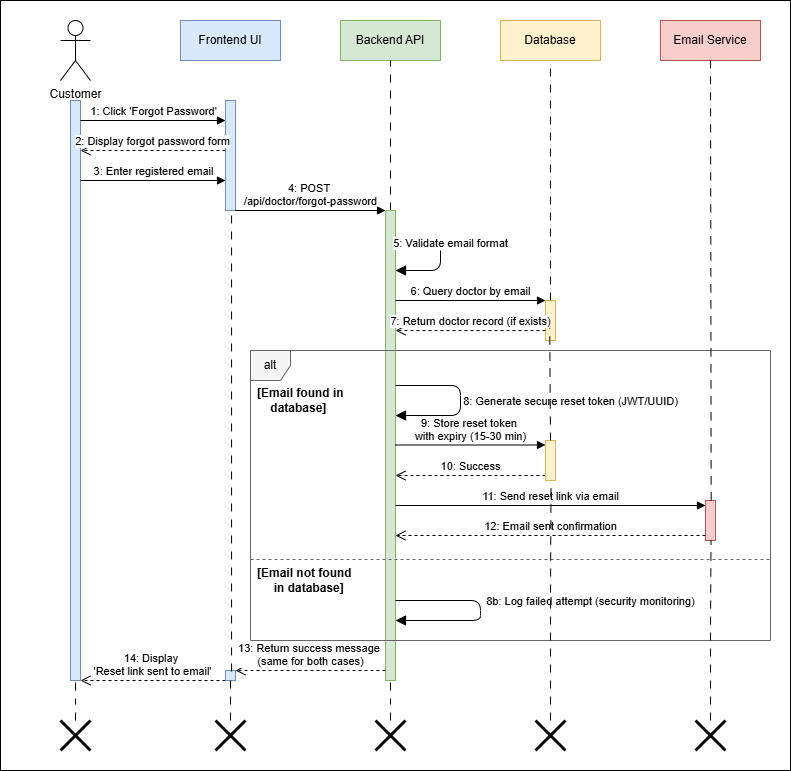
Before: InProgress/Sequence Diagram/Admin/forgot password/Forgot-Password-Diagram.png, a diagram exported from draw.io (shah541-g/Fyp-Diagrams). Source tidied: cells renumbered, new cells last; positions are measured from the earlier drawing's top-left corner, leaving out a move shared by most shapes. Source of this version:
```xml
<mxGraphModel>
  <root>
    <mxCell id="0" />
    <mxCell id="1" parent="0" />
    <mxCell id="2" style="rounded=0;whiteSpace=wrap;html=1;" parent="1" vertex="1">
      <mxGeometry width="790" height="770" as="geometry" />
    </mxCell>
    <mxCell id="3" value="Customer" style="shape=umlActor;verticalLabelPosition=bottom;verticalAlign=top;html=1;" parent="1" vertex="1">
      <mxGeometry x="60" y="20" width="30" height="60" as="geometry" />
    </mxCell>
    <mxCell id="4" style="html=1;perimeter=orthogonalPerimeter;fillColor=#dae8fc;strokeColor=#6c8ebf;" parent="1" vertex="1">
      <mxGeometry x="70" y="100" width="10" height="580" as="geometry" />
    </mxCell>
    <mxCell id="5" value="Frontend UI" style="rounded=0;whiteSpace=wrap;html=1;fillColor=#dae8fc;strokeColor=#6c8ebf;" parent="1" vertex="1">
      <mxGeometry x="180" y="20" width="100" height="40" as="geometry" />
    </mxCell>
    <mxCell id="6" style="html=1;points=[];perimeter=orthogonalPerimeter;fillColor=#dae8fc;strokeColor=#6c8ebf;" parent="1" vertex="1">
      <mxGeometry x="225" y="100" width="10" height="110" as="geometry" />
    </mxCell>
    <mxCell id="7" value="Backend API" style="rounded=0;whiteSpace=wrap;html=1;fillColor=#d5e8d4;strokeColor=#82b366;" parent="1" vertex="1">
      <mxGeometry x="340" y="20" width="100" height="40" as="geometry" />
    </mxCell>
    <mxCell id="8" style="edgeStyle=orthogonalEdgeStyle;rounded=0;jettySize=auto;html=1;entryX=0.5;entryY=1;entryDx=0;entryDy=0;endArrow=none;endFill=0;dashed=1;dashPattern=8 8;" parent="1" edge="1" source="9" target="7">
      <mxGeometry relative="1" as="geometry" />
    </mxCell>
    <mxCell id="9" style="html=1;points=[];perimeter=orthogonalPerimeter;fillColor=#d5e8d4;strokeColor=#82b366;" parent="1" vertex="1">
      <mxGeometry x="385" y="210" width="10" height="470" as="geometry" />
    </mxCell>
    <mxCell id="10" value="Database" style="rounded=0;whiteSpace=wrap;html=1;fillColor=#fff2cc;strokeColor=#d6b656;" parent="1" vertex="1">
      <mxGeometry x="500" y="20" width="100" height="40" as="geometry" />
    </mxCell>
    <mxCell id="11" style="html=1;points=[];perimeter=orthogonalPerimeter;fillColor=#fff2cc;strokeColor=#d6b656;" parent="1" vertex="1">
      <mxGeometry x="545" y="300" width="10" height="40" as="geometry" />
    </mxCell>
    <mxCell id="12" value="Email Service" style="rounded=0;whiteSpace=wrap;html=1;fillColor=#f8cecc;strokeColor=#b85450;" parent="1" vertex="1">
      <mxGeometry x="660" y="20" width="100" height="40" as="geometry" />
    </mxCell>
    <mxCell id="13" style="html=1;points=[];perimeter=orthogonalPerimeter;fillColor=#f8cecc;strokeColor=#b85450;" parent="1" vertex="1">
      <mxGeometry x="705" y="500" width="10" height="40" as="geometry" />
    </mxCell>
    <mxCell id="14" value="1: Click 'Forgot Password'" style="html=1;verticalAlign=bottom;endArrow=block;entryX=0;entryY=0;" parent="1" edge="1">
      <mxGeometry relative="1" as="geometry">
        <mxPoint x="80" y="120" as="sourcePoint" />
        <mxPoint x="225" y="120" as="targetPoint" />
      </mxGeometry>
    </mxCell>
    <mxCell id="15" value="2: Display forgot password form" style="html=1;verticalAlign=bottom;endArrow=open;dashed=1;endSize=8;exitX=0;exitY=0.95;" parent="1" edge="1">
      <mxGeometry relative="1" as="geometry">
        <mxPoint x="225" y="150" as="sourcePoint" />
        <mxPoint x="80" y="150" as="targetPoint" />
      </mxGeometry>
    </mxCell>
    <mxCell id="16" value="3: Enter registered email" style="html=1;verticalAlign=bottom;endArrow=block;" parent="1" edge="1">
      <mxGeometry relative="1" as="geometry">
        <mxPoint x="80" y="180" as="sourcePoint" />
        <mxPoint x="225" y="180" as="targetPoint" />
      </mxGeometry>
    </mxCell>
    <mxCell id="17" value="4: POST&amp;nbsp;&lt;div&gt;/api/doctor/forgot-password&lt;/div&gt;" style="html=1;verticalAlign=bottom;endArrow=block;" parent="1" edge="1">
      <mxGeometry relative="1" as="geometry">
        <mxPoint x="235" y="210" as="sourcePoint" />
        <mxPoint x="385" y="210" as="targetPoint" />
      </mxGeometry>
    </mxCell>
    <mxCell id="18" value="5: Validate email format" style="html=1;verticalAlign=bottom;endArrow=block;endSize=8;exitX=1;exitY=0;entryX=1;entryY=0.3;" parent="1" edge="1">
      <mxGeometry x="-0.05" y="10" relative="1" as="geometry">
        <mxPoint x="395" y="240" as="sourcePoint" />
        <mxPoint x="395" y="270" as="targetPoint" />
        <Array as="points">
          <mxPoint x="440" y="240" />
          <mxPoint x="440" y="270" />
        </Array>
      </mxGeometry>
    </mxCell>
    <mxCell id="19" value="6: Query doctor by email" style="html=1;verticalAlign=bottom;endArrow=block;" parent="1" edge="1">
      <mxGeometry relative="1" as="geometry">
        <mxPoint x="395" y="300" as="sourcePoint" />
        <mxPoint x="545" y="300" as="targetPoint" />
      </mxGeometry>
    </mxCell>
    <mxCell id="20" value="7: Return doctor record (if exists)" style="html=1;verticalAlign=bottom;endArrow=open;dashed=1;endSize=8;" parent="1" edge="1">
      <mxGeometry relative="1" as="geometry">
        <mxPoint x="545" y="330" as="sourcePoint" />
        <mxPoint x="395" y="330" as="targetPoint" />
      </mxGeometry>
    </mxCell>
    <mxCell id="21" value="alt" style="shape=umlFrame;whiteSpace=wrap;html=1;fillColor=#f5f5f5;strokeColor=#666666;width=40;height=30;" parent="1" vertex="1">
      <mxGeometry x="250" y="350" width="520" height="290" as="geometry" />
    </mxCell>
    <mxCell id="22" value="[Email found in&amp;nbsp;&lt;div&gt;&amp;nbsp; &amp;nbsp; database]&lt;/div&gt;" style="text;html=1;strokeColor=none;fillColor=none;align=left;verticalAlign=middle;whiteSpace=wrap;rounded=0;fontStyle=1;" parent="1" vertex="1">
      <mxGeometry x="255" y="390" width="105" height="20" as="geometry" />
    </mxCell>
    <mxCell id="23" value="8: Generate secure reset token (JWT/UUID)" style="html=1;verticalAlign=bottom;endArrow=block;endSize=8;" parent="1" edge="1">
      <mxGeometry x="0.12" y="110" relative="1" as="geometry">
        <mxPoint x="395" y="385" as="sourcePoint" />
        <mxPoint x="395" y="415" as="targetPoint" />
        <Array as="points">
          <mxPoint x="460" y="385" />
          <mxPoint x="460" y="415" />
        </Array>
      </mxGeometry>
    </mxCell>
    <mxCell id="24" value="9: Store reset token&amp;nbsp;&lt;div&gt;with expiry (15-30 min)&lt;/div&gt;" style="html=1;verticalAlign=bottom;endArrow=block;" parent="1" edge="1">
      <mxGeometry relative="1" as="geometry">
        <mxPoint x="395" y="444.5" as="sourcePoint" />
        <mxPoint x="545" y="444.5" as="targetPoint" />
      </mxGeometry>
    </mxCell>
    <mxCell id="25" value="10: Success" style="html=1;verticalAlign=bottom;endArrow=open;dashed=1;endSize=8;" parent="1" edge="1">
      <mxGeometry relative="1" as="geometry">
        <mxPoint x="545" y="475" as="sourcePoint" />
        <mxPoint x="395" y="475" as="targetPoint" />
      </mxGeometry>
    </mxCell>
    <mxCell id="26" value="11: Send reset link via email" style="html=1;verticalAlign=bottom;endArrow=block;" parent="1" edge="1">
      <mxGeometry relative="1" as="geometry">
        <mxPoint x="395" y="505" as="sourcePoint" />
        <mxPoint x="705" y="505" as="targetPoint" />
      </mxGeometry>
    </mxCell>
    <mxCell id="27" value="12: Email sent confirmation" style="html=1;verticalAlign=bottom;endArrow=open;dashed=1;endSize=8;" parent="1" edge="1">
      <mxGeometry relative="1" as="geometry">
        <mxPoint x="705" y="535" as="sourcePoint" />
        <mxPoint x="395" y="535" as="targetPoint" />
      </mxGeometry>
    </mxCell>
    <mxCell id="28" style="line;strokeWidth=1;fillColor=none;align=left;verticalAlign=middle;spacingTop=-1;spacingLeft=3;spacingRight=3;labelPosition=right;strokeColor=#666666;dashed=1;" parent="1" vertex="1">
      <mxGeometry x="250" y="555" width="520" height="8" as="geometry" />
    </mxCell>
    <mxCell id="29" value="[Email not found&amp;nbsp;&lt;div&gt;&amp;nbsp; &amp;nbsp; &amp;nbsp;in database]&lt;/div&gt;" style="text;html=1;strokeColor=none;fillColor=none;align=left;verticalAlign=middle;whiteSpace=wrap;rounded=0;fontStyle=1;" parent="1" vertex="1">
      <mxGeometry x="255" y="570" width="200" height="20" as="geometry" />
    </mxCell>
    <mxCell id="30" value="8b: Log failed attempt (security monitoring)" style="html=1;verticalAlign=bottom;endArrow=block;endSize=8;" parent="1" edge="1">
      <mxGeometry y="110" relative="1" as="geometry">
        <mxPoint x="395" y="600" as="sourcePoint" />
        <mxPoint x="395" y="620" as="targetPoint" />
        <Array as="points">
          <mxPoint x="480" y="600" />
          <mxPoint x="480" y="620" />
        </Array>
      </mxGeometry>
    </mxCell>
    <mxCell id="31" value="13: Return success message&amp;nbsp;&lt;div&gt;(same for both cases)&lt;/div&gt;" style="html=1;verticalAlign=bottom;endArrow=open;dashed=1;endSize=8;" parent="1" edge="1">
      <mxGeometry relative="1" as="geometry">
        <mxPoint x="385" y="670" as="sourcePoint" />
        <mxPoint x="235" y="670" as="targetPoint" />
      </mxGeometry>
    </mxCell>
    <mxCell id="32" value="14: Display&amp;nbsp;&lt;div&gt;'Reset link sent to email'&lt;/div&gt;" style="html=1;verticalAlign=bottom;endArrow=open;dashed=1;endSize=8;" parent="1" edge="1">
      <mxGeometry relative="1" as="geometry">
        <mxPoint x="225" y="680" as="sourcePoint" />
        <mxPoint x="80" y="680" as="targetPoint" />
      </mxGeometry>
    </mxCell>
    <mxCell id="33" style="html=1;points=[];perimeter=orthogonalPerimeter;fillColor=#fff2cc;strokeColor=#d6b656;" parent="1" vertex="1">
      <mxGeometry x="545" y="440" width="10" height="40" as="geometry" />
    </mxCell>
    <mxCell id="34" style="html=1;points=[];perimeter=orthogonalPerimeter;fillColor=#dae8fc;strokeColor=#6c8ebf;" parent="1" vertex="1">
      <mxGeometry x="225" y="670" width="10" height="10" as="geometry" />
    </mxCell>
    <mxCell id="35" style="endArrow=none;html=1;rounded=0;entryX=0.5;entryY=1;entryDx=0;entryDy=0;dashed=1;dashPattern=8 8;" parent="1" edge="1" target="10">
      <mxGeometry relative="1" as="geometry">
        <mxPoint x="550" y="300" as="sourcePoint" />
      </mxGeometry>
    </mxCell>
    <mxCell id="36" style="endArrow=none;html=1;rounded=0;exitX=0.5;exitY=0;exitDx=0;exitDy=0;exitPerimeter=0;entryX=0.42;entryY=0.68;entryDx=0;entryDy=0;entryPerimeter=0;dashed=1;dashPattern=8 8;" parent="1" edge="1" source="33" target="11">
      <mxGeometry relative="1" as="geometry" />
    </mxCell>
    <mxCell id="37" style="endArrow=none;html=1;rounded=0;exitX=0.567;exitY=-0.004;exitDx=0;exitDy=0;exitPerimeter=0;entryX=0.5;entryY=1;entryDx=0;entryDy=0;dashed=1;dashPattern=8 8;" parent="1" edge="1" source="13" target="12">
      <mxGeometry relative="1" as="geometry" />
    </mxCell>
    <mxCell id="38" style="endArrow=none;html=1;rounded=0;entryX=0.607;entryY=1.008;entryDx=0;entryDy=0;entryPerimeter=0;exitX=0.607;exitY=0.1;exitDx=0;exitDy=0;exitPerimeter=0;dashed=1;dashPattern=8 8;" parent="1" edge="1" source="34" target="6">
      <mxGeometry relative="1" as="geometry" />
    </mxCell>
    <mxCell id="39" style="edgeStyle=orthogonalEdgeStyle;rounded=0;jettySize=auto;html=1;endArrow=none;endFill=0;dashed=1;dashPattern=8 8;" parent="1" edge="1" source="40" target="34">
      <mxGeometry relative="1" as="geometry" />
    </mxCell>
    <mxCell id="40" style="shape=umlDestroy;whiteSpace=wrap;html=1;strokeWidth=3;targetShapes=umlLifeline;" parent="1" vertex="1">
      <mxGeometry x="215" y="720" width="30" height="30" as="geometry" />
    </mxCell>
    <mxCell id="41" style="edgeStyle=orthogonalEdgeStyle;rounded=0;jettySize=auto;html=1;endArrow=none;endFill=0;dashed=1;dashPattern=8 8;" parent="1" edge="1" source="42">
      <mxGeometry relative="1" as="geometry">
        <mxPoint x="75" y="680" as="targetPoint" />
      </mxGeometry>
    </mxCell>
    <mxCell id="42" style="shape=umlDestroy;whiteSpace=wrap;html=1;strokeWidth=3;targetShapes=umlLifeline;" parent="1" vertex="1">
      <mxGeometry x="60" y="720" width="30" height="30" as="geometry" />
    </mxCell>
    <mxCell id="43" style="edgeStyle=orthogonalEdgeStyle;rounded=0;jettySize=auto;html=1;endArrow=none;endFill=0;dashed=1;dashPattern=8 8;" parent="1" edge="1" source="44">
      <mxGeometry relative="1" as="geometry">
        <mxPoint x="390" y="680" as="targetPoint" />
      </mxGeometry>
    </mxCell>
    <mxCell id="44" style="shape=umlDestroy;whiteSpace=wrap;html=1;strokeWidth=3;targetShapes=umlLifeline;" parent="1" vertex="1">
      <mxGeometry x="375" y="720" width="30" height="30" as="geometry" />
    </mxCell>
    <mxCell id="45" style="edgeStyle=orthogonalEdgeStyle;rounded=0;jettySize=auto;html=1;endArrow=none;endFill=0;dashed=1;dashPattern=8 8;entryX=0.552;entryY=0.992;entryDx=0;entryDy=0;entryPerimeter=0;" parent="1" edge="1" source="46" target="13">
      <mxGeometry relative="1" as="geometry" />
    </mxCell>
    <mxCell id="46" style="shape=umlDestroy;whiteSpace=wrap;html=1;strokeWidth=3;targetShapes=umlLifeline;" parent="1" vertex="1">
      <mxGeometry x="695" y="720" width="30" height="30" as="geometry" />
    </mxCell>
    <mxCell id="47" style="edgeStyle=orthogonalEdgeStyle;rounded=0;jettySize=auto;html=1;endArrow=none;endFill=0;dashed=1;dashPattern=8 8;entryX=0.551;entryY=1.033;entryDx=0;entryDy=0;entryPerimeter=0;" parent="1" edge="1" source="48" target="33">
      <mxGeometry relative="1" as="geometry" />
    </mxCell>
    <mxCell id="48" style="shape=umlDestroy;whiteSpace=wrap;html=1;strokeWidth=3;targetShapes=umlLifeline;" parent="1" vertex="1">
      <mxGeometry x="535" y="720" width="30" height="30" as="geometry" />
    </mxCell>
  </root>
</mxGraphModel>
```
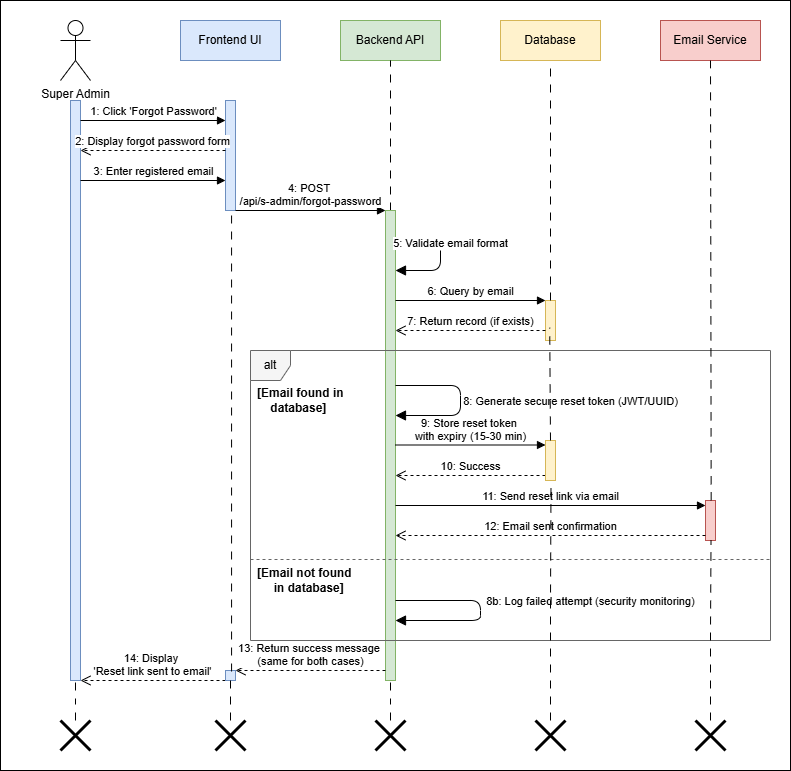
Later version of the same file.

The edit, as a diff of the source:
```diff
@@ -5,7 +5,7 @@
     <mxCell id="2" style="rounded=0;whiteSpace=wrap;html=1;" parent="1" vertex="1">
       <mxGeometry width="790" height="770" as="geometry" />
     </mxCell>
-    <mxCell id="3" value="Customer" style="shape=umlActor;verticalLabelPosition=bottom;verticalAlign=top;html=1;" parent="1" vertex="1">
+    <mxCell id="3" value="Super Admin" style="shape=umlActor;verticalLabelPosition=bottom;verticalAlign=top;html=1;" parent="1" vertex="1">
       <mxGeometry x="60" y="20" width="30" height="60" as="geometry" />
     </mxCell>
     <mxCell id="4" style="html=1;perimeter=orthogonalPerimeter;fillColor=#dae8fc;strokeColor=#6c8ebf;" parent="1" vertex="1">
@@ -56,7 +56,7 @@
         <mxPoint x="225" y="180" as="targetPoint" />
       </mxGeometry>
     </mxCell>
-    <mxCell id="17" value="4: POST&amp;nbsp;&lt;div&gt;/api/doctor/forgot-password&lt;/div&gt;" style="html=1;verticalAlign=bottom;endArrow=block;" parent="1" edge="1">
+    <mxCell id="17" value="4: POST&amp;nbsp;&lt;div&gt;/api/s-admin/forgot-password&lt;/div&gt;" style="html=1;verticalAlign=bottom;endArrow=block;" parent="1" edge="1">
       <mxGeometry relative="1" as="geometry">
         <mxPoint x="235" y="210" as="sourcePoint" />
         <mxPoint x="385" y="210" as="targetPoint" />
@@ -72,13 +72,13 @@
         </Array>
       </mxGeometry>
     </mxCell>
-    <mxCell id="19" value="6: Query doctor by email" style="html=1;verticalAlign=bottom;endArrow=block;" parent="1" edge="1">
+    <mxCell id="19" value="6: Query by email" style="html=1;verticalAlign=bottom;endArrow=block;" parent="1" edge="1">
       <mxGeometry relative="1" as="geometry">
         <mxPoint x="395" y="300" as="sourcePoint" />
         <mxPoint x="545" y="300" as="targetPoint" />
       </mxGeometry>
     </mxCell>
-    <mxCell id="20" value="7: Return doctor record (if exists)" style="html=1;verticalAlign=bottom;endArrow=open;dashed=1;endSize=8;" parent="1" edge="1">
+    <mxCell id="20" value="7: Return record (if exists)" style="html=1;verticalAlign=bottom;endArrow=open;dashed=1;endSize=8;" parent="1" edge="1">
       <mxGeometry relative="1" as="geometry">
         <mxPoint x="545" y="330" as="sourcePoint" />
         <mxPoint x="395" y="330" as="targetPoint" />
```
